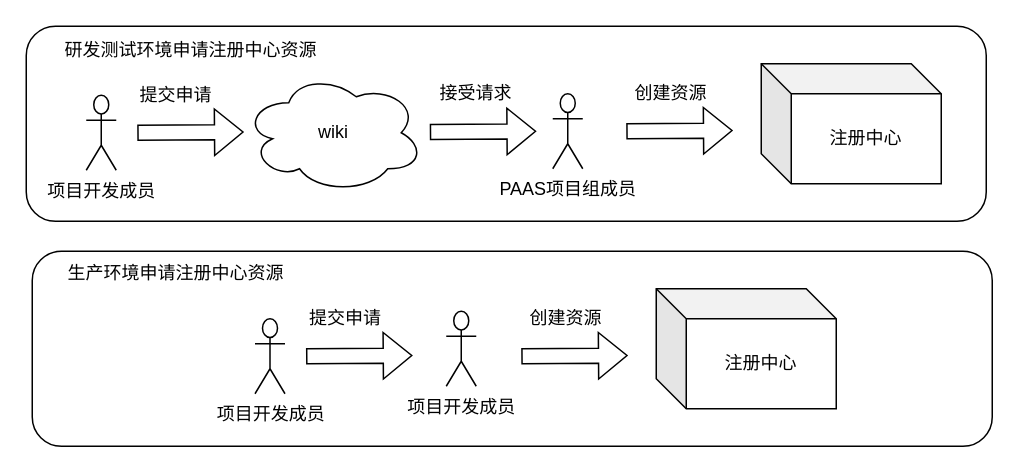
The draw.io diagram 1Diagram.drawio in licheng-iwish/drawio, before the edit. Source tidied: cells renumbered, new cells numbered last; positions are measured from the earlier drawing's top-left corner, leaving out a move shared by most shapes. Both pictures are drawn from the tidied source at 150%, with x=0, y=0 at pixel (26, 26).
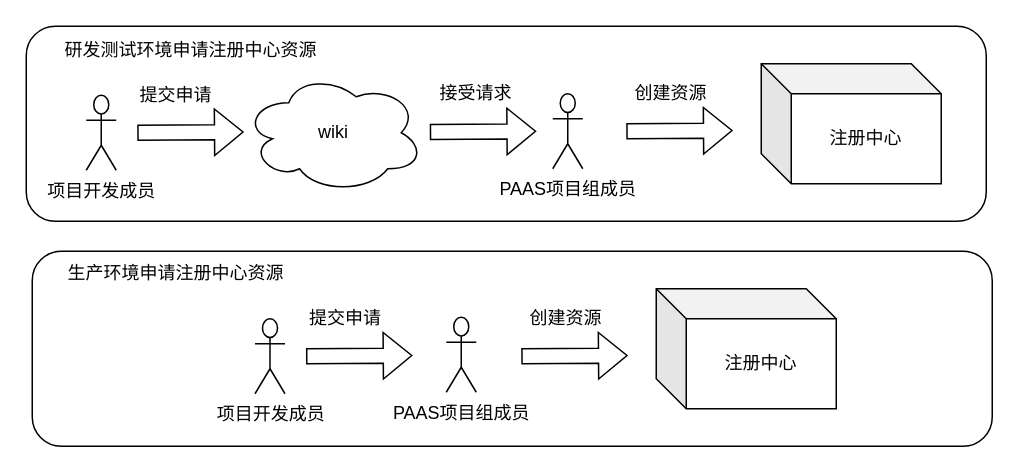
After the change.

Change to the diagram source:
```diff
@@
-    <mxCell id="18" value="项目开发成员" style="shape=umlActor;verticalLabelPosition=bottom;verticalAlign=top;html=1;" parent="1" vertex="1">
-      <mxGeometry x="280" y="190" width="20" height="50" as="geometry" />
+    <mxCell id="18" value="PAAS项目组成员" style="shape=umlActor;verticalLabelPosition=bottom;verticalAlign=top;html=1;" parent="1" vertex="1">
+      <mxGeometry x="280" y="194" width="20" height="50" as="geometry" />
     </mxCell>
```
